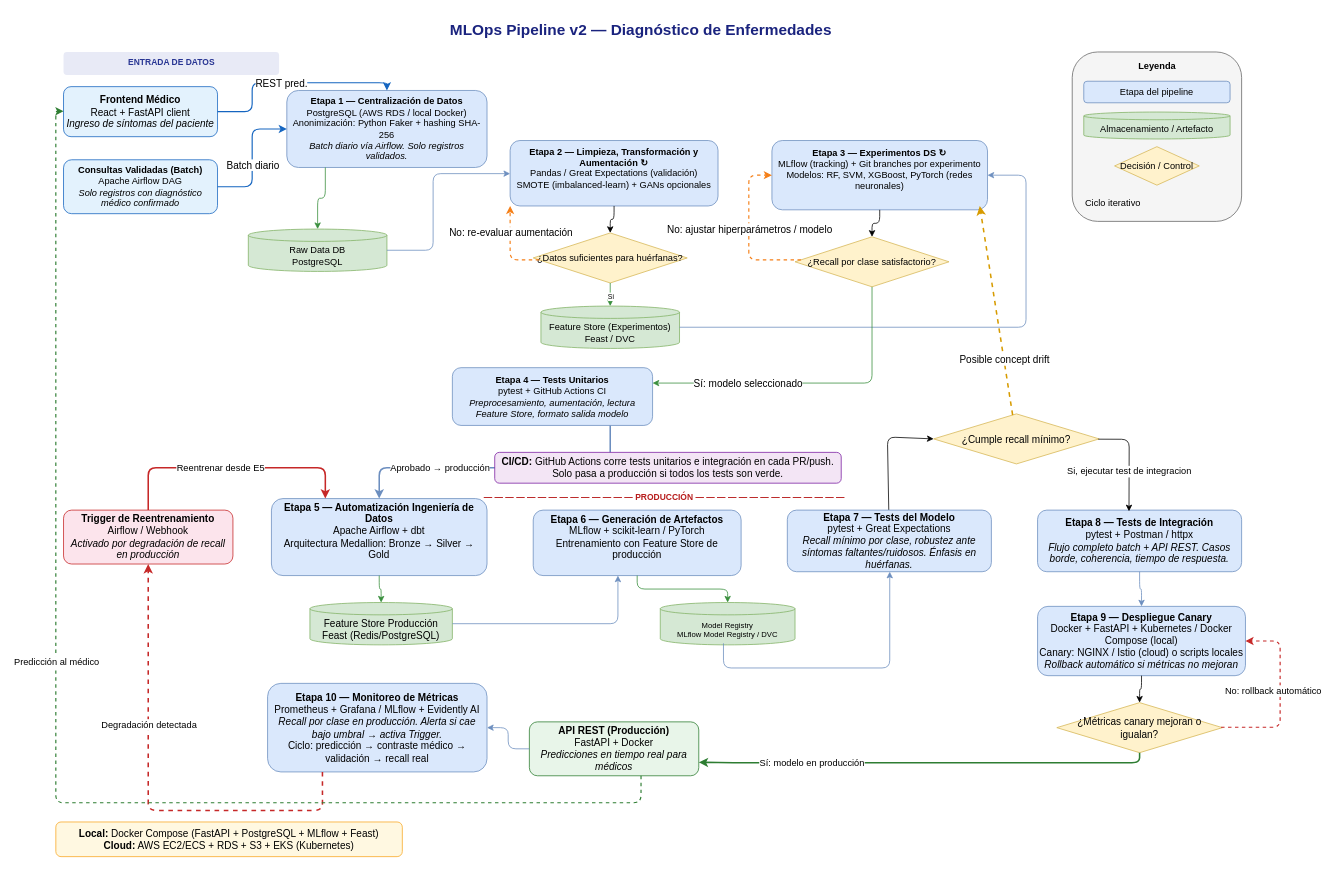
Above: entrega3/mlops-pipeline-v2.drawio in ashmander/mlops (draw.io), before the change. Source tidied: cells renumbered, new cells numbered last; positions are measured from the earlier drawing's top-left corner, leaving out a move shared by most shapes. Both pictures are drawn from the tidied source at 77%, with x=0, y=0 at pixel (55, 13).
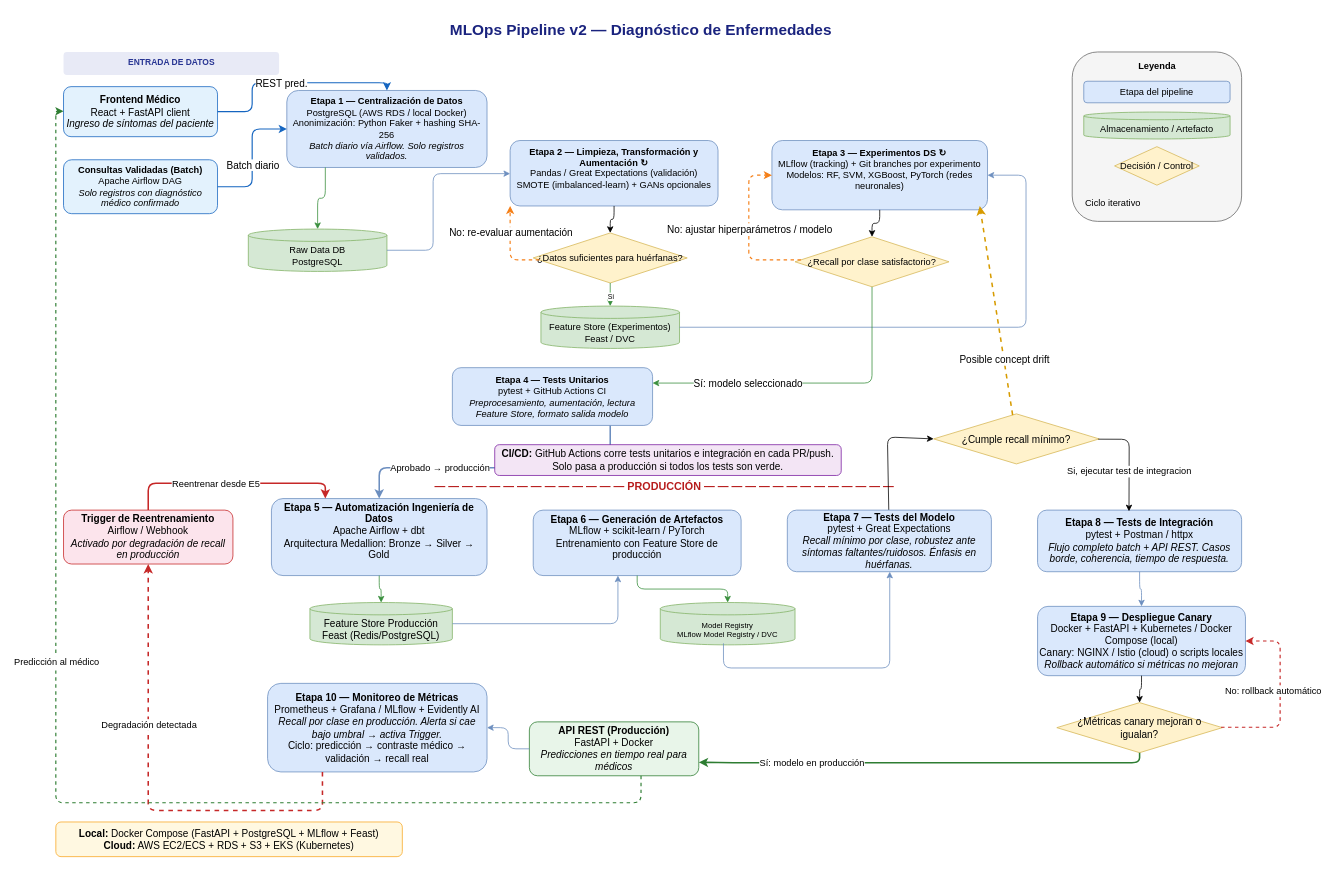
The same diagram, later.

Commit message:
Ajustes de forma

Unchanged cells that the change refers to:
```xml
<mxCell id="15" value="&lt;b&gt;Trigger de Reentrenamiento&lt;/b&gt;&lt;br&gt;Airflow / Webhook&lt;br&gt;&lt;i&gt;Activado por degradación de recall en producción&lt;/i&gt;" style="rounded=1;whiteSpace=wrap;html=1;fillColor=#fce4ec;strokeColor=#c62828;fontSize=13;" parent="1" vertex="1">
  <mxGeometry x="10" y="645" width="220" height="70" as="geometry" />
</mxCell>
<mxCell id="16" value="&lt;b&gt;Etapa 5 — Automatización Ingeniería de Datos&lt;/b&gt;&lt;br&gt;Apache Airflow + dbt&lt;br&gt;Arquitectura Medallion: Bronze → Silver → Gold&lt;div&gt;&lt;br/&gt;&lt;/div&gt;" style="rounded=1;whiteSpace=wrap;html=1;fillColor=#dae8fc;strokeColor=#6c8ebf;fontSize=13;" parent="1" vertex="1">
  <mxGeometry x="280" y="630" width="280" height="100" as="geometry" />
</mxCell>
```

Change to the diagram source:
```diff
@@
-    <mxCell id="14" value="— — — — — — — — — — — — — — PRODUCCIÓN — — — — — — — — — — — — — —" style="text;html=1;strokeColor=none;fillColor=none;align=center;fontStyle=1;fontSize=11;fontColor=#b71c1c;" parent="1" vertex="1">
-      <mxGeometry x="10" y="615" width="1560" height="25" as="geometry" />
+    <mxCell id="14" value="— — — — — — — — — — — — — — PRODUCCIÓN — — — — — — — — — — — — — —" style="text;html=1;strokeColor=none;fillColor=none;align=center;fontStyle=1;fontSize=14;fontColor=#b71c1c;" parent="1" vertex="1">
+      <mxGeometry x="10" y="600" width="1560" height="25" as="geometry" />
     </mxCell>
@@
     <mxCell id="46" style="edgeStyle=orthogonalEdgeStyle;html=1;strokeColor=#c62828;strokeWidth=2;entryX=0.25;entryY=0;entryDx=0;entryDy=0;" parent="1" edge="1" source="15" target="16">
       <mxGeometry relative="1" as="geometry">
         <Array as="points">
-          <mxPoint x="120" y="590" />
-          <mxPoint x="350" y="590" />
+          <mxPoint x="120" y="610" />
+          <mxPoint x="350" y="610" />
         </Array>
       </mxGeometry>
     </mxCell>
@@
     <mxCell id="63" value="&lt;b&gt;CI/CD:&lt;/b&gt; GitHub Actions corre tests unitarios e integración en cada PR/push. Solo pasa a producción si todos los tests son verde." style="rounded=1;whiteSpace=wrap;html=1;fillColor=#f3e5f5;strokeColor=#7b1fa2;fontSize=13;" parent="1" vertex="1">
-      <mxGeometry x="570" y="570" width="450" height="40" as="geometry" />
+      <mxGeometry x="570" y="560" width="450" height="40" as="geometry" />
     </mxCell>
```
